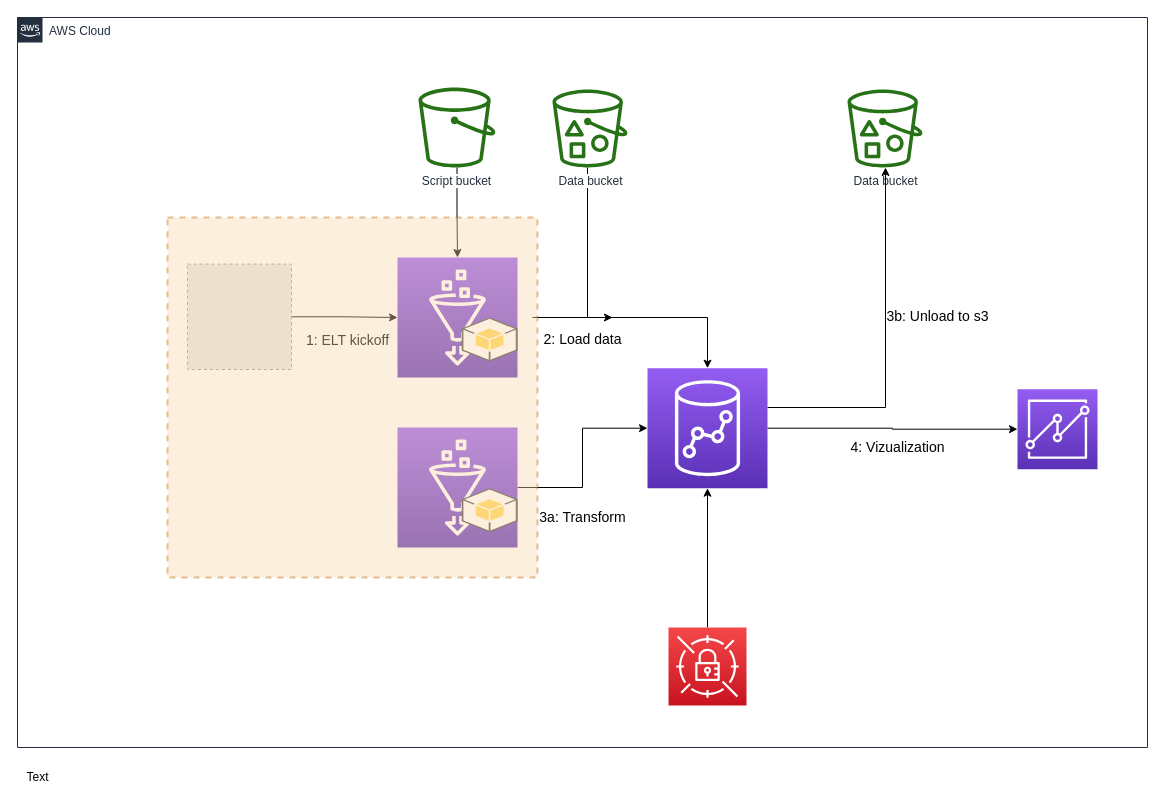
This is Untitled Diagram.drawio from saunakc/redshift-dataengineering-lab, a draw.io file, before an edit. Source tidied: cells renumbered, new cells numbered last; positions are measured from the earlier drawing's top-left corner, leaving out a move shared by most shapes. Both pictures are drawn from the tidied source at 100%, with x=0, y=0 at pixel (17, 17). Pictures stored in the file or linked from it are replaced by grey dashed boxes.
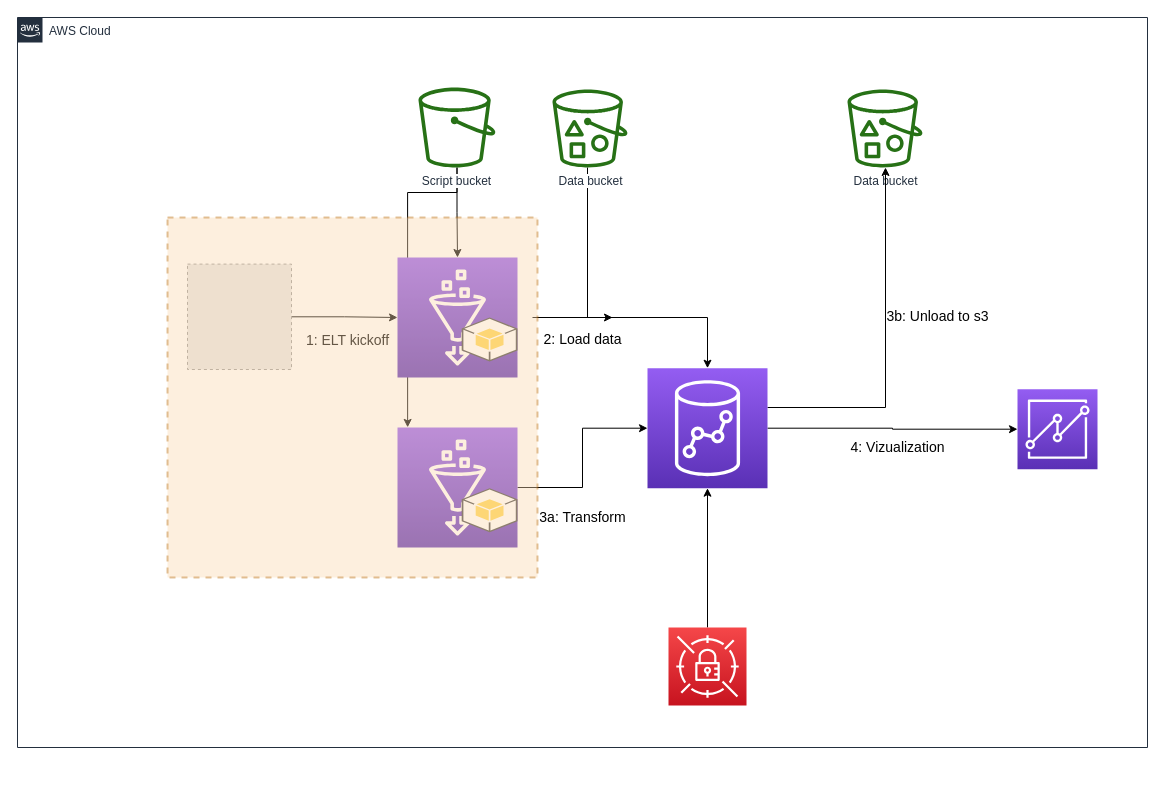
The same diagram, later.

The change refers to these unchanged cells:
```xml
<mxCell id="8" value="Script bucket" style="outlineConnect=0;fontColor=#232F3E;gradientColor=none;fillColor=#277116;strokeColor=none;dashed=0;verticalLabelPosition=bottom;verticalAlign=top;align=center;html=1;fontSize=12;fontStyle=0;shape=mxgraph.aws4.bucket;labelBackgroundColor=#ffffff;" parent="1" vertex="1">
  <mxGeometry x="401" y="70" width="76.9" height="80" as="geometry" />
</mxCell>
<mxCell id="29" style="rounded=0;whiteSpace=wrap;html=1;opacity=40;dashed=1;fillColor=#fad7ac;strokeWidth=2;strokeColor=#b46504;" parent="1" vertex="1">
  <mxGeometry x="150" y="200" width="370" height="360" as="geometry" />
</mxCell>
```

Diff of the diagram source:
```diff
@@
+    <mxCell id="30" style="edgeStyle=orthogonalEdgeStyle;rounded=0;jettySize=auto;html=1;entryX=0.649;entryY=0.583;entryDx=0;entryDy=0;entryPerimeter=0;" parent="1" edge="1" source="8" target="29">
+      <mxGeometry relative="1" as="geometry" />
+    </mxCell>
@@
-    <mxCell id="19" value="Text" style="text;html=1;align=center;verticalAlign=middle;fillColor=none;strokeColor=none;rounded=0;" parent="1" vertex="1">
-      <mxGeometry y="750" width="40" height="20" as="geometry" />
-    </mxCell>
```
